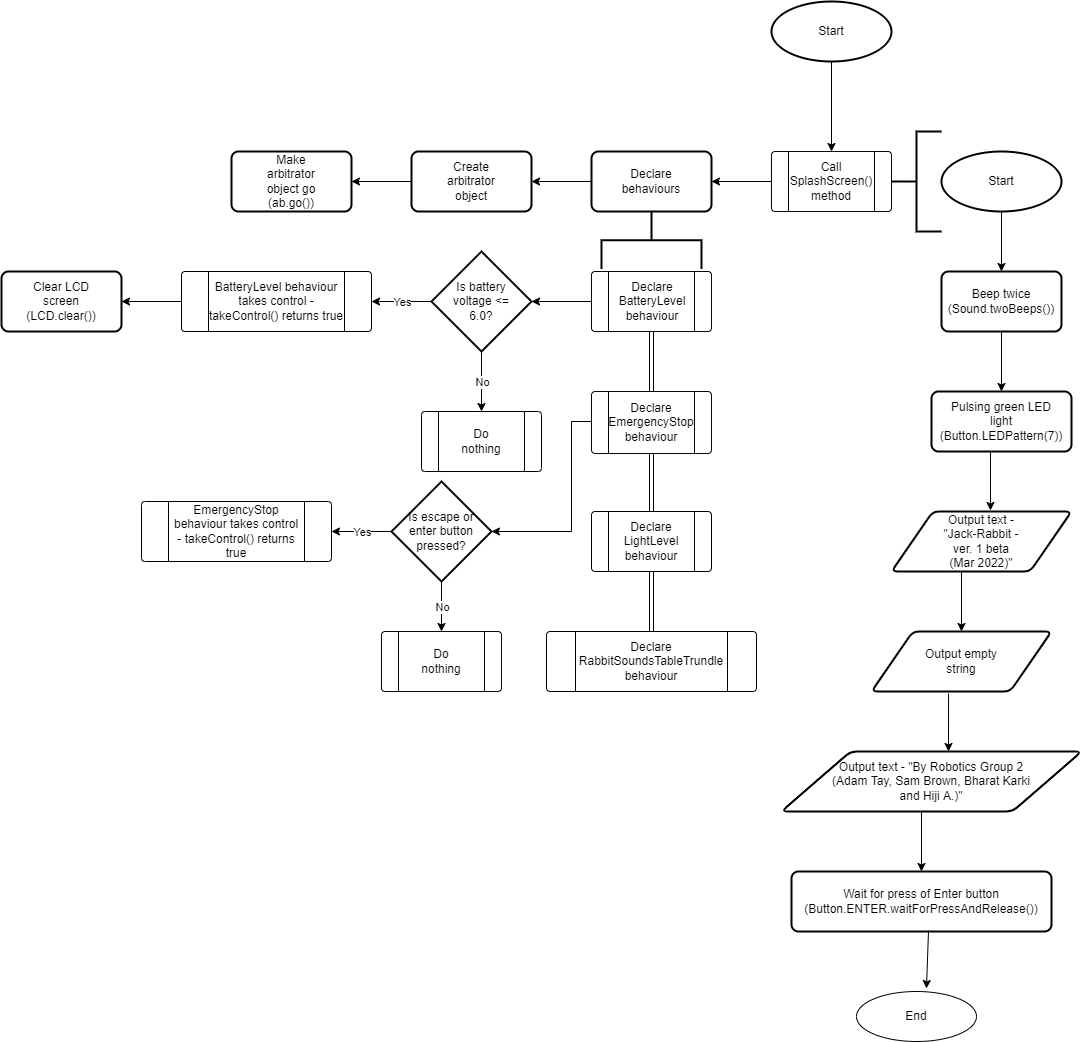
XLmT09/Bunny-Robot keeps this draw.io diagram as Final submission/ControlFlow.png. Above is the earlier version. Source tidied: cells renumbered, new cells last; positions are measured from the earlier drawing's top-left corner, leaving out a move shared by most shapes.
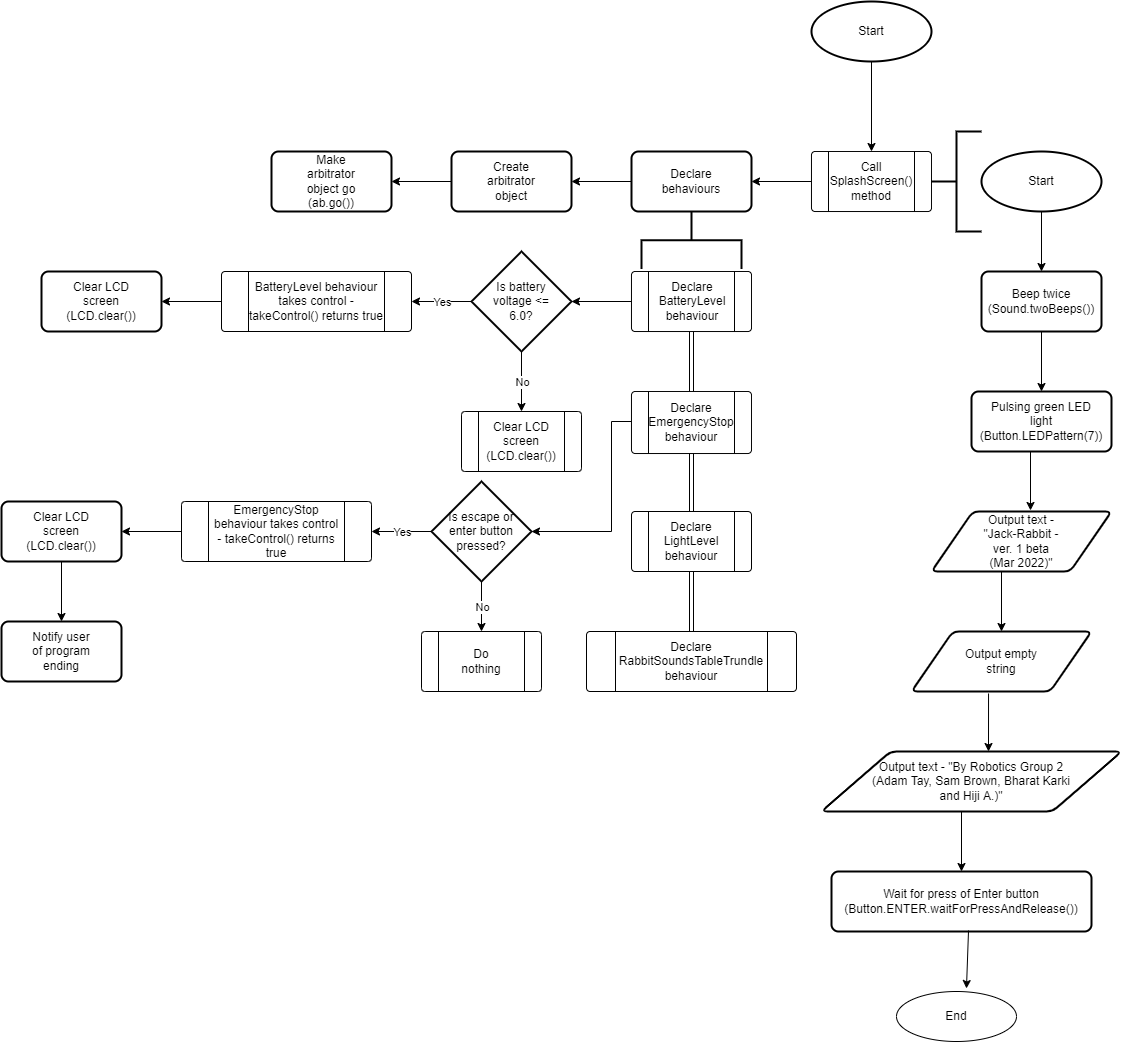
The same file after the commit.

The edit, as a diff of the source:
```diff
@@ -258,7 +258,7 @@
     <mxCell id="81" style="verticalLabelPosition=bottom;verticalAlign=top;html=1;shape=process;whiteSpace=wrap;rounded=1;size=0.14;arcSize=6;hachureGap=4;" parent="80" vertex="1">
       <mxGeometry width="120" height="60" as="geometry" />
     </mxCell>
-    <mxCell id="82" value="Do nothing" style="text;strokeColor=none;fillColor=none;html=1;align=center;verticalAlign=middle;whiteSpace=wrap;rounded=0;hachureGap=4;" parent="80" vertex="1">
+    <mxCell id="82" value="Clear LCD screen (LCD.clear())" style="text;strokeColor=none;fillColor=none;html=1;align=center;verticalAlign=middle;whiteSpace=wrap;rounded=0;hachureGap=4;" parent="80" vertex="1">
       <mxGeometry x="30" y="15" width="60" height="30" as="geometry" />
     </mxCell>
     <mxCell id="83" style="endArrow=classic;html=1;rounded=0;sourcePerimeterSpacing=8;targetPerimeterSpacing=8;" parent="1" edge="1">
@@ -324,5 +324,23 @@
     <mxCell id="100" style="endArrow=classic;html=1;rounded=0;sourcePerimeterSpacing=8;targetPerimeterSpacing=8;entryX=1;entryY=0.5;entryDx=0;entryDy=0;exitX=0;exitY=0.5;exitDx=0;exitDy=0;" parent="1" edge="1" source="78" target="98">
       <mxGeometry relative="1" as="geometry" />
     </mxCell>
+    <mxCell id="101" style="rounded=1;whiteSpace=wrap;html=1;absoluteArcSize=1;arcSize=14;strokeWidth=2;hachureGap=4;" parent="1" vertex="1">
+      <mxGeometry x="-40" y="500" width="120" height="60" as="geometry" />
+    </mxCell>
+    <mxCell id="102" style="endArrow=classic;html=1;rounded=0;sourcePerimeterSpacing=8;targetPerimeterSpacing=8;entryX=1;entryY=0.5;entryDx=0;entryDy=0;exitX=0;exitY=0.5;exitDx=0;exitDy=0;" parent="1" edge="1" source="90" target="101">
+      <mxGeometry relative="1" as="geometry" />
+    </mxCell>
+    <mxCell id="103" value="Clear LCD screen (LCD.clear())" style="text;strokeColor=none;fillColor=none;html=1;align=center;verticalAlign=middle;whiteSpace=wrap;rounded=0;hachureGap=4;" parent="1" vertex="1">
+      <mxGeometry x="-10" y="515" width="60" height="30" as="geometry" />
+    </mxCell>
+    <mxCell id="104" style="rounded=1;whiteSpace=wrap;html=1;absoluteArcSize=1;arcSize=14;strokeWidth=2;hachureGap=4;" parent="1" vertex="1">
+      <mxGeometry x="-40" y="620" width="120" height="60" as="geometry" />
+    </mxCell>
+    <mxCell id="105" value="Notify user of program ending" style="text;strokeColor=none;fillColor=none;html=1;align=center;verticalAlign=middle;whiteSpace=wrap;rounded=0;hachureGap=4;" parent="1" vertex="1">
+      <mxGeometry x="-10" y="635" width="60" height="30" as="geometry" />
+    </mxCell>
+    <mxCell id="106" style="endArrow=classic;html=1;rounded=0;sourcePerimeterSpacing=8;targetPerimeterSpacing=8;entryX=0.5;entryY=0;entryDx=0;entryDy=0;exitX=0.5;exitY=1;exitDx=0;exitDy=0;" parent="1" edge="1" source="101" target="104">
+      <mxGeometry relative="1" as="geometry" />
+    </mxCell>
   </root>
 </mxGraphModel>
```
